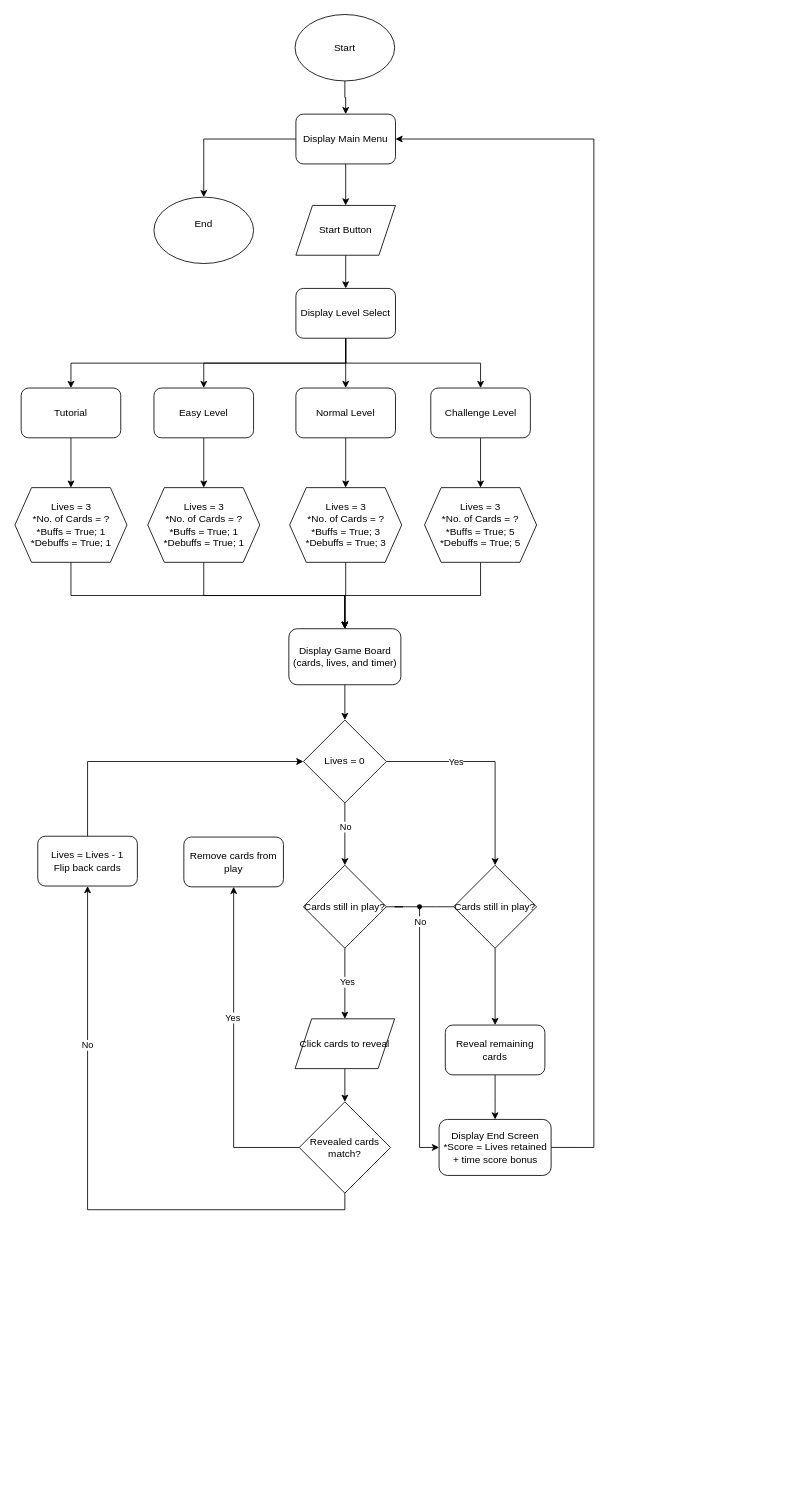
Hmmnnmmnn/Memory-Vortex keeps this draw.io diagram as Website Flowchart.drawio. Above is the earlier version. Source tidied: cells renumbered, new cells numbered last; positions are measured from the earlier drawing's top-left corner, leaving out a move shared by most shapes. Both pictures are drawn from the tidied source at 83%, with x=0, y=0 at pixel (14, 14).
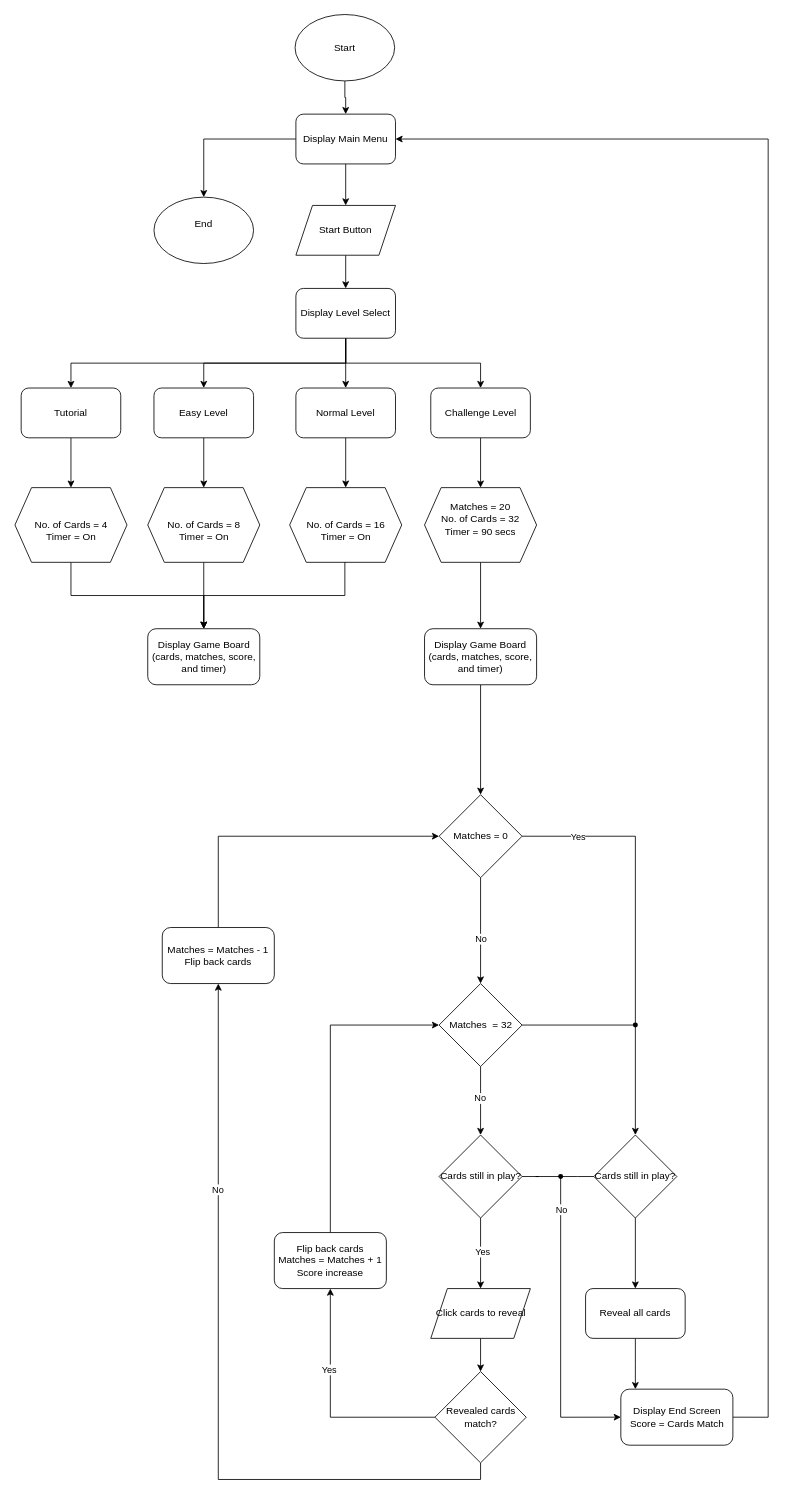
The same diagram, later.

Unchanged cells that the change refers to:
```xml
<mxCell id="6" value="Display Main Menu" style="rounded=1;whiteSpace=wrap;html=1;roundedPerimeter=1;" parent="1" vertex="1">
  <mxGeometry x="339" y="120" width="120" height="60" as="geometry" />
</mxCell>
```

Diff of the diagram source:
```diff
@@
-    <mxCell id="24" value="Lives = 3&lt;div&gt;*No. of Cards = ?&lt;/div&gt;&lt;div&gt;*Buffs = True; 1&lt;/div&gt;&lt;div&gt;*Debuffs = True; 1&lt;/div&gt;" style="shape=hexagon;perimeter=hexagonPerimeter2;whiteSpace=wrap;html=1;shapeInside=1;fixedSize=1;" parent="1" vertex="1">
+    <mxCell id="24" value="&lt;br&gt;&lt;div&gt;No. of Cards = 4&lt;/div&gt;&lt;div&gt;Timer = On&lt;/div&gt;" style="shape=hexagon;perimeter=hexagonPerimeter2;whiteSpace=wrap;html=1;shapeInside=1;fixedSize=1;" parent="1" vertex="1">
       <mxGeometry x="0.5" y="570" width="135" height="90" as="geometry" />
     </mxCell>
@@
-    <mxCell id="26" value="Lives = 3&lt;div&gt;*No. of Cards = ?&lt;/div&gt;&lt;div&gt;*Buffs = True; 1&lt;/div&gt;&lt;div&gt;*Debuffs = True; 1&lt;/div&gt;" style="shape=hexagon;perimeter=hexagonPerimeter2;whiteSpace=wrap;html=1;shapeInside=1;fixedSize=1;" parent="1" vertex="1">
+    <mxCell id="26" value="&lt;br&gt;&lt;div&gt;No. of Cards = 8&lt;/div&gt;&lt;div&gt;Timer = On&lt;/div&gt;" style="shape=hexagon;perimeter=hexagonPerimeter2;whiteSpace=wrap;html=1;shapeInside=1;fixedSize=1;" parent="1" vertex="1">
       <mxGeometry x="160.5" y="570" width="135" height="90" as="geometry" />
     </mxCell>
-    <mxCell id="27" style="edgeStyle=orthogonalEdgeStyle;rounded=0;jettySize=auto;html=1;entryX=0.5;entryY=0;entryDx=0;entryDy=0;defaultLabelBackgroundColor=page;" parent="1" edge="1" source="28" target="31">
-      <mxGeometry relative="1" as="geometry" />
+    <mxCell id="27" style="edgeStyle=orthogonalEdgeStyle;rounded=0;jettySize=auto;html=1;entryX=0.5;entryY=0;entryDx=0;entryDy=0;defaultLabelBackgroundColor=page;exitX=0.5;exitY=1;exitDx=0;exitDy=0;" parent="1" edge="1" source="28" target="31">
+      <mxGeometry x="0.13" relative="1" as="geometry">
+        <Array as="points">
+          <mxPoint x="398" y="660" />
+          <mxPoint x="398" y="700" />
+          <mxPoint x="228" y="700" />
+        </Array>
+      </mxGeometry>
     </mxCell>
-    <mxCell id="28" value="Lives = 3&lt;div&gt;*No. of Cards = ?&lt;/div&gt;&lt;div&gt;*Buffs = True; 3&lt;/div&gt;&lt;div&gt;*Debuffs = True; 3&lt;/div&gt;" style="shape=hexagon;perimeter=hexagonPerimeter2;whiteSpace=wrap;html=1;shapeInside=1;fixedSize=1;" parent="1" vertex="1">
+    <mxCell id="28" value="&lt;br&gt;&lt;div&gt;No. of Cards = 16&lt;/div&gt;Timer = On" style="shape=hexagon;perimeter=hexagonPerimeter2;whiteSpace=wrap;html=1;shapeInside=1;fixedSize=1;" parent="1" vertex="1">
       <mxGeometry x="331.5" y="570" width="135" height="90" as="geometry" />
     </mxCell>
-    <mxCell id="29" style="edgeStyle=orthogonalEdgeStyle;rounded=0;jettySize=auto;html=1;entryX=0.5;entryY=0;entryDx=0;entryDy=0;defaultLabelBackgroundColor=page;exitX=0.5;exitY=1;exitDx=0;exitDy=0;" parent="1" edge="1" source="30" target="31">
-      <mxGeometry relative="1" as="geometry" />
+    <mxCell id="29" style="edgeStyle=orthogonalEdgeStyle;rounded=0;jettySize=auto;html=1;defaultLabelBackgroundColor=page;exitX=0.5;exitY=1;exitDx=0;exitDy=0;" parent="1" edge="1" source="30" target="65">
+      <mxGeometry x="-0.36" relative="1" as="geometry" />
     </mxCell>
-    <mxCell id="30" value="Lives = 3&lt;div&gt;*No. of Cards = ?&lt;/div&gt;&lt;div&gt;*Buffs = True; 5&lt;/div&gt;&lt;div&gt;*Debuffs = True; 5&lt;/div&gt;" style="shape=hexagon;perimeter=hexagonPerimeter2;whiteSpace=wrap;html=1;shapeInside=1;fixedSize=1;" parent="1" vertex="1">
+    <mxCell id="30" value="Matches = 20&lt;div&gt;No. of Cards = 32&lt;/div&gt;&lt;div&gt;Timer = 90 secs&lt;/div&gt;&lt;div&gt;&lt;br&gt;&lt;/div&gt;" style="shape=hexagon;perimeter=hexagonPerimeter2;whiteSpace=wrap;html=1;shapeInside=1;fixedSize=1;" parent="1" vertex="1">
       <mxGeometry x="494" y="570" width="135" height="90" as="geometry" />
     </mxCell>
-    <mxCell id="31" value="Display Game Board (cards, lives, and timer)" style="rounded=1;whiteSpace=wrap;html=1;roundedPerimeter=1;" parent="1" vertex="1">
-      <mxGeometry x="330.5" y="740" width="135" height="67.5" as="geometry" />
+    <mxCell id="31" value="Display Game Board (cards, matches, score, and timer)" style="rounded=1;whiteSpace=wrap;html=1;roundedPerimeter=1;" parent="1" vertex="1">
+      <mxGeometry x="160.5" y="740" width="135" height="67.5" as="geometry" />
     </mxCell>
-    <mxCell id="32" style="edgeStyle=orthogonalEdgeStyle;rounded=0;jettySize=auto;html=1;entryX=0.5;entryY=0;entryDx=0;entryDy=0;defaultLabelBackgroundColor=page;" parent="1" edge="1" source="36" target="51">
-      <mxGeometry relative="1" as="geometry" />
+    <mxCell id="32" style="edgeStyle=orthogonalEdgeStyle;rounded=0;jettySize=auto;html=1;entryX=0.706;entryY=0.41;entryDx=0;entryDy=0;defaultLabelBackgroundColor=page;entryPerimeter=0;endArrow=none;endFill=0;" parent="1" edge="1" source="36" target="71">
+      <mxGeometry x="0.27" relative="1" as="geometry" />
     </mxCell>
     <mxCell id="33" value="Yes" style="edgeLabel;html=1;align=center;verticalAlign=middle;inheritText=1;defaultLabelBackgroundColor=page;" parent="32" vertex="1">
-      <mxGeometry x="-0.35" y="-2" relative="1" as="geometry">
-        <mxPoint y="-2" as="offset" />
+      <mxGeometry x="-0.14" y="-2" relative="1" as="geometry">
+        <mxPoint x="-68" y="-20" as="offset" />
       </mxGeometry>
     </mxCell>
-    <mxCell id="34" style="edgeStyle=orthogonalEdgeStyle;rounded=0;jettySize=auto;html=1;defaultLabelBackgroundColor=page;" parent="1" edge="1" source="36" target="39">
-      <mxGeometry relative="1" as="geometry" />
+    <mxCell id="34" style="edgeStyle=orthogonalEdgeStyle;rounded=0;jettySize=auto;html=1;defaultLabelBackgroundColor=page;entryX=0.5;entryY=0;entryDx=0;entryDy=0;" parent="1" edge="1" source="36" target="69">
+      <mxGeometry x="-0.05" relative="1" as="geometry" />
     </mxCell>
     <mxCell id="35" value="No" style="edgeLabel;html=1;align=center;verticalAlign=middle;inheritText=1;defaultLabelBackgroundColor=page;" parent="34" vertex="1">
-      <mxGeometry x="-0.26" relative="1" as="geometry" />
+      <mxGeometry x="0.15" relative="1" as="geometry" />
     </mxCell>
-    <mxCell id="36" value="Lives = 0" style="rhombus;whiteSpace=wrap;html=1;shapeInside=1;" parent="1" vertex="1">
-      <mxGeometry x="348" y="850" width="100" height="100" as="geometry" />
+    <mxCell id="36" value="Matches = 0" style="rhombus;whiteSpace=wrap;html=1;shapeInside=1;" parent="1" vertex="1">
+      <mxGeometry x="511.5" y="940" width="100" height="100" as="geometry" />
     </mxCell>
-    <mxCell id="37" style="edgeStyle=orthogonalEdgeStyle;rounded=0;jettySize=auto;html=1;entryX=0;entryY=0.5;entryDx=0;entryDy=0;defaultLabelBackgroundColor=page;" parent="1" edge="1" source="60" target="55">
-      <mxGeometry relative="1" as="geometry">
+    <mxCell id="37" style="edgeStyle=orthogonalEdgeStyle;rounded=0;jettySize=auto;html=1;entryX=0;entryY=0.5;entryDx=0;entryDy=0;defaultLabelBackgroundColor=page;exitX=0.726;exitY=0.667;exitDx=0;exitDy=0;exitPerimeter=0;" parent="1" edge="1" source="60" target="55">
+      <mxGeometry x="-0.17" relative="1" as="geometry">
         <Array as="points">
-          <mxPoint x="488" y="1365" />
+          <mxPoint x="658" y="1690" />
         </Array>
       </mxGeometry>
     </mxCell>
     <mxCell id="38" value="No" style="edgeLabel;html=1;align=center;verticalAlign=middle;inheritText=1;defaultLabelBackgroundColor=page;" parent="37" vertex="1">
-      <mxGeometry x="0.11" y="2" relative="1" as="geometry">
-        <mxPoint x="-2" y="-157" as="offset" />
+      <mxGeometry x="-0.08" y="2" relative="1" as="geometry">
+        <mxPoint x="-2" y="-128" as="offset" />
       </mxGeometry>
     </mxCell>
     <mxCell id="39" value="Cards still in play?" style="rhombus;whiteSpace=wrap;html=1;shapeInside=1;" parent="1" vertex="1">
-      <mxGeometry x="348" y="1025" width="100" height="100" as="geometry" />
+      <mxGeometry x="511.5" y="1350" width="100" height="100" as="geometry" />
     </mxCell>
-    <mxCell id="40" value="Remove cards from play" style="rounded=1;whiteSpace=wrap;html=1;roundedPerimeter=1;" parent="1" vertex="1">
-      <mxGeometry x="204" y="991" width="120" height="60" as="geometry" />
-    </mxCell>
-    <mxCell id="41" style="edgeStyle=orthogonalEdgeStyle;rounded=0;jettySize=auto;html=1;entryX=0;entryY=0.5;entryDx=0;entryDy=0;defaultLabelBackgroundColor=page;" parent="1" edge="1" source="42" target="36">
-      <mxGeometry relative="1" as="geometry">
-        <Array as="points">
-          <mxPoint x="88" y="900" />
-        </Array>
-      </mxGeometry>
+    <mxCell id="41" style="edgeStyle=orthogonalEdgeStyle;rounded=0;jettySize=auto;html=1;entryX=0;entryY=0.5;entryDx=0;entryDy=0;defaultLabelBackgroundColor=page;exitX=0.5;exitY=0;exitDx=0;exitDy=0;" parent="1" edge="1" source="42" target="36">
+      <mxGeometry relative="1" as="geometry" />
     </mxCell>
-    <mxCell id="42" value="&lt;div&gt;Lives = Lives - 1&lt;/div&gt;&lt;div&gt;Flip back cards&lt;/div&gt;" style="rounded=1;whiteSpace=wrap;html=1;roundedPerimeter=1;" parent="1" vertex="1">
-      <mxGeometry x="28" y="990" width="120" height="60" as="geometry" />
+    <mxCell id="42" value="&lt;div&gt;Matches = Matches - 1&lt;/div&gt;&lt;div&gt;Flip back cards&lt;/div&gt;" style="rounded=1;whiteSpace=wrap;html=1;roundedPerimeter=1;" parent="1" vertex="1">
+      <mxGeometry x="178" y="1100" width="135" height="67.5" as="geometry" />
     </mxCell>
-    <mxCell id="43" style="edgeStyle=orthogonalEdgeStyle;rounded=0;jettySize=auto;html=1;entryX=0.5;entryY=1;entryDx=0;entryDy=0;defaultLabelBackgroundColor=page;" parent="1" edge="1" source="47" target="40">
-      <mxGeometry relative="1" as="geometry" />
+    <mxCell id="43" style="edgeStyle=orthogonalEdgeStyle;rounded=0;jettySize=auto;html=1;entryX=0.5;entryY=1;entryDx=0;entryDy=0;defaultLabelBackgroundColor=page;exitX=0;exitY=0.5;exitDx=0;exitDy=0;" parent="1" edge="1" source="47" target="63">
+      <mxGeometry x="0.14" relative="1" as="geometry" />
     </mxCell>
     <mxCell id="44" value="Yes" style="edgeLabel;html=1;align=center;verticalAlign=middle;inheritText=1;defaultLabelBackgroundColor=page;" parent="43" vertex="1">
-      <mxGeometry x="0.2" y="2" relative="1" as="geometry" />
+      <mxGeometry x="0.31" y="2" relative="1" as="geometry" />
     </mxCell>
-    <mxCell id="45" style="edgeStyle=orthogonalEdgeStyle;rounded=0;jettySize=auto;html=1;entryX=0.5;entryY=1;entryDx=0;entryDy=0;defaultLabelBackgroundColor=page;exitX=0.5;exitY=1;exitDx=0;exitDy=0;" parent="1" edge="1" source="47" target="42">
+    <mxCell id="45" style="edgeStyle=orthogonalEdgeStyle;rounded=0;jettySize=auto;html=1;defaultLabelBackgroundColor=page;exitX=0.5;exitY=1;exitDx=0;exitDy=0;" parent="1" edge="1" source="47" target="42">
       <mxGeometry x="0.21" relative="1" as="geometry" />
     </mxCell>
@@
     <mxCell id="47" value="Revealed cards match?" style="rhombus;whiteSpace=wrap;html=1;shapeInside=1;" parent="1" vertex="1">
-      <mxGeometry x="343" y="1310" width="110" height="110" as="geometry" />
+      <mxGeometry x="506.5" y="1635" width="110" height="110" as="geometry" />
     </mxCell>
@@
     <mxCell id="49" value="Click cards to reveal" style="shape=parallelogram;perimeter=parallelogramPerimeter;whiteSpace=wrap;html=1;shapeInside=1;fixedSize=1;" parent="1" vertex="1">
-      <mxGeometry x="338" y="1210" width="120" height="60" as="geometry" />
+      <mxGeometry x="501.5" y="1535" width="120" height="60" as="geometry" />
     </mxCell>
@@
     <mxCell id="51" value="Cards still in play?" style="rhombus;whiteSpace=wrap;html=1;shapeInside=1;" parent="1" vertex="1">
-      <mxGeometry x="529" y="1025" width="100" height="100" as="geometry" />
+      <mxGeometry x="698" y="1350" width="100" height="100" as="geometry" />
     </mxCell>
-    <mxCell id="52" style="edgeStyle=elbowEdgeStyle;rounded=0;jettySize=auto;elbow=vertical;html=1;defaultLabelBackgroundColor=page;" parent="1" edge="1" source="53" target="55">
-      <mxGeometry relative="1" as="geometry" />
+    <mxCell id="52" style="edgeStyle=elbowEdgeStyle;rounded=0;jettySize=auto;elbow=vertical;html=1;defaultLabelBackgroundColor=page;entryX=0.5;entryY=0;entryDx=0;entryDy=0;exitX=0.5;exitY=1;exitDx=0;exitDy=0;" parent="1" edge="1" source="53">
+      <mxGeometry x="-0.55" relative="1" as="geometry">
+        <mxPoint x="748" y="1656.2" as="targetPoint" />
+      </mxGeometry>
     </mxCell>
-    <mxCell id="53" value="Reveal remaining cards" style="rounded=1;whiteSpace=wrap;html=1;roundedPerimeter=1;" parent="1" vertex="1">
-      <mxGeometry x="519" y="1217.5" width="120" height="60" as="geometry" />
+    <mxCell id="53" value="Reveal all cards" style="rounded=1;whiteSpace=wrap;html=1;roundedPerimeter=1;" parent="1" vertex="1">
+      <mxGeometry x="688" y="1535" width="120" height="60" as="geometry" />
     </mxCell>
     <mxCell id="54" style="edgeStyle=orthogonalEdgeStyle;rounded=0;jettySize=auto;html=1;defaultLabelBackgroundColor=page;entryX=1;entryY=0.5;entryDx=0;entryDy=0;exitX=1;exitY=0.5;exitDx=0;exitDy=0;" parent="1" edge="1" source="55" target="6">
       <mxGeometry x="-0.06" relative="1" as="geometry">
         <Array as="points">
-          <mxPoint x="698" y="1365" />
-          <mxPoint x="698" y="150" />
+          <mxPoint x="908" y="1690" />
+          <mxPoint x="908" y="150" />
         </Array>
       </mxGeometry>
     </mxCell>
-    <mxCell id="55" value="&lt;div&gt;Display End Screen&lt;/div&gt;&lt;div&gt;*Score = Lives retained + time score bonus&lt;/div&gt;" style="rounded=1;whiteSpace=wrap;html=1;roundedPerimeter=1;" parent="1" vertex="1">
-      <mxGeometry x="511.5" y="1331.2" width="135" height="67.5" as="geometry" />
+    <mxCell id="55" value="&lt;div&gt;Display End Screen&lt;/div&gt;&lt;div&gt;Score = Cards Match&lt;/div&gt;" style="rounded=1;whiteSpace=wrap;html=1;roundedPerimeter=1;" parent="1" vertex="1">
+      <mxGeometry x="730.5" y="1656.2" width="135" height="67.5" as="geometry" />
     </mxCell>
-    <mxCell id="56" style="edgeStyle=orthogonalEdgeStyle;rounded=0;jettySize=auto;html=1;entryX=0.5;entryY=0;entryDx=0;entryDy=0;defaultLabelBackgroundColor=page;" parent="1" edge="1" source="31" target="36">
-      <mxGeometry relative="1" as="geometry" />
-    </mxCell>
@@
     <mxCell id="60" style="shape=waypoint;sketch=0;fillStyle=solid;size=6;points=[];fillColor=none;perimeter=centerPerimeter;snapToPoint=1;" parent="1" vertex="1">
-      <mxGeometry x="478" y="1065" width="20" height="20" as="geometry" />
+      <mxGeometry x="648" y="1390" width="20" height="20" as="geometry" />
     </mxCell>
-    <mxCell id="61" style="edgeStyle=elbowEdgeStyle;rounded=0;jettySize=auto;elbow=vertical;html=1;defaultLabelBackgroundColor=page;endArrow=none;endFill=0;" parent="1" edge="1" source="51" target="60">
-      <mxGeometry relative="1" as="geometry" />
+    <mxCell id="61" style="edgeStyle=elbowEdgeStyle;rounded=0;jettySize=auto;elbow=vertical;html=1;defaultLabelBackgroundColor=page;endArrow=none;endFill=0;entryX=1;entryY=0.5;entryDx=0;entryDy=0;entryPerimeter=0;exitX=0;exitY=0.5;exitDx=0;exitDy=0;" parent="1" edge="1" source="51" target="60">
+      <mxGeometry x="0.02" relative="1" as="geometry" />
     </mxCell>
+    <mxCell id="62" style="edgeStyle=orthogonalEdgeStyle;rounded=0;jettySize=auto;html=1;defaultLabelBackgroundColor=page;exitX=0.5;exitY=0;exitDx=0;exitDy=0;entryX=0;entryY=0.5;entryDx=0;entryDy=0;" parent="1" edge="1" source="63" target="69">
+      <mxGeometry relative="1" as="geometry" />
+    </mxCell>
+    <mxCell id="63" value="&lt;div&gt;Flip back cards&lt;/div&gt;&lt;div&gt;Matches = Matches + 1&lt;/div&gt;&lt;div&gt;Score increase&lt;/div&gt;" style="rounded=1;whiteSpace=wrap;html=1;roundedPerimeter=1;" parent="1" vertex="1">
+      <mxGeometry x="313" y="1467.5" width="135" height="67.5" as="geometry" />
+    </mxCell>
+    <mxCell id="64" style="edgeStyle=orthogonalEdgeStyle;rounded=0;jettySize=auto;html=1;defaultLabelBackgroundColor=page;" parent="1" edge="1" source="65" target="36">
+      <mxGeometry relative="1" as="geometry" />
+    </mxCell>
+    <mxCell id="65" value="Display Game Board (cards, matches, score, and timer)" style="rounded=1;whiteSpace=wrap;html=1;roundedPerimeter=1;" parent="1" vertex="1">
+      <mxGeometry x="494" y="740" width="135" height="67.5" as="geometry" />
+    </mxCell>
+    <mxCell id="66" style="edgeStyle=orthogonalEdgeStyle;rounded=0;jettySize=auto;html=1;entryX=0.5;entryY=0;entryDx=0;entryDy=0;defaultLabelBackgroundColor=page;" parent="1" edge="1" source="69" target="39">
+      <mxGeometry relative="1" as="geometry" />
+    </mxCell>
+    <mxCell id="67" value="No" style="edgeLabel;html=1;align=center;verticalAlign=middle;inheritText=1;defaultLabelBackgroundColor=page;" parent="66" vertex="1">
+      <mxGeometry x="-0.09" y="-1" relative="1" as="geometry" />
+    </mxCell>
+    <mxCell id="68" style="edgeStyle=orthogonalEdgeStyle;rounded=0;jettySize=auto;html=1;defaultLabelBackgroundColor=page;entryX=0.324;entryY=0.313;entryDx=0;entryDy=0;entryPerimeter=0;endArrow=none;endFill=0;" parent="1" edge="1" source="69" target="71">
+      <mxGeometry relative="1" as="geometry" />
+    </mxCell>
+    <mxCell id="69" value="Matches&amp;nbsp; = 32" style="rhombus;whiteSpace=wrap;html=1;shapeInside=1;" parent="1" vertex="1">
+      <mxGeometry x="511.5" y="1167.5" width="100" height="100" as="geometry" />
+    </mxCell>
+    <mxCell id="70" style="edgeStyle=orthogonalEdgeStyle;rounded=0;jettySize=auto;html=1;defaultLabelBackgroundColor=page;" parent="1" edge="1" source="71" target="51">
+      <mxGeometry relative="1" as="geometry" />
+    </mxCell>
+    <mxCell id="71" style="shape=waypoint;sketch=0;fillStyle=solid;size=6;points=[];fillColor=none;perimeter=centerPerimeter;snapToPoint=1;" parent="1" vertex="1">
+      <mxGeometry x="738" y="1207.5" width="20" height="20" as="geometry" />
+    </mxCell>
```
